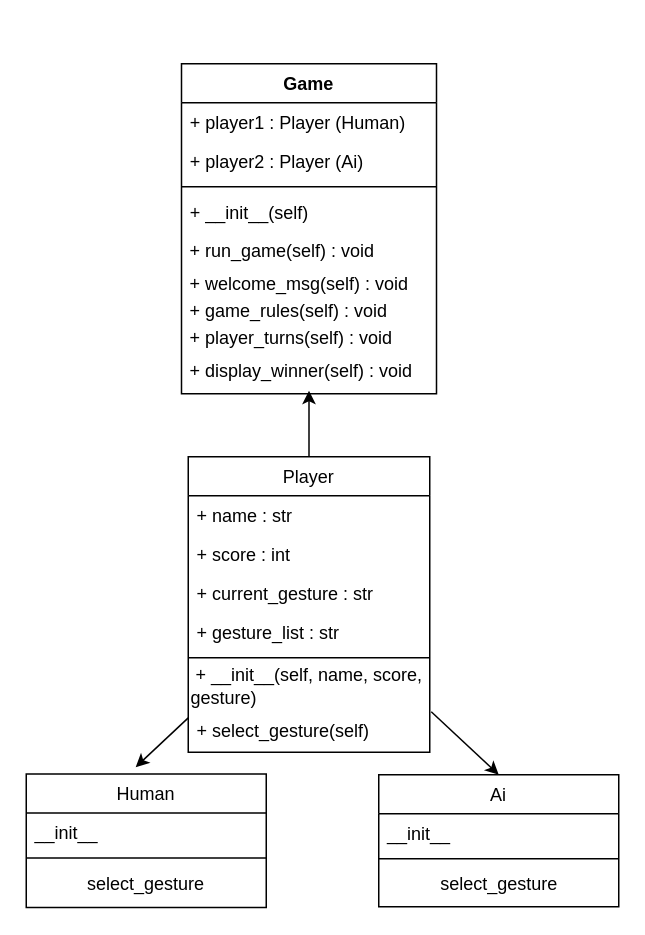
riveraxcheri/RPSLS keeps this draw.io diagram as RPSLS UML.drawio. Above is the earlier version. Source tidied: cells renumbered, new cells numbered last; positions are measured from the earlier drawing's top-left corner, leaving out a move shared by most shapes. Both pictures are drawn from the tidied source at 150%, with x=0, y=0 at pixel (26, 63).
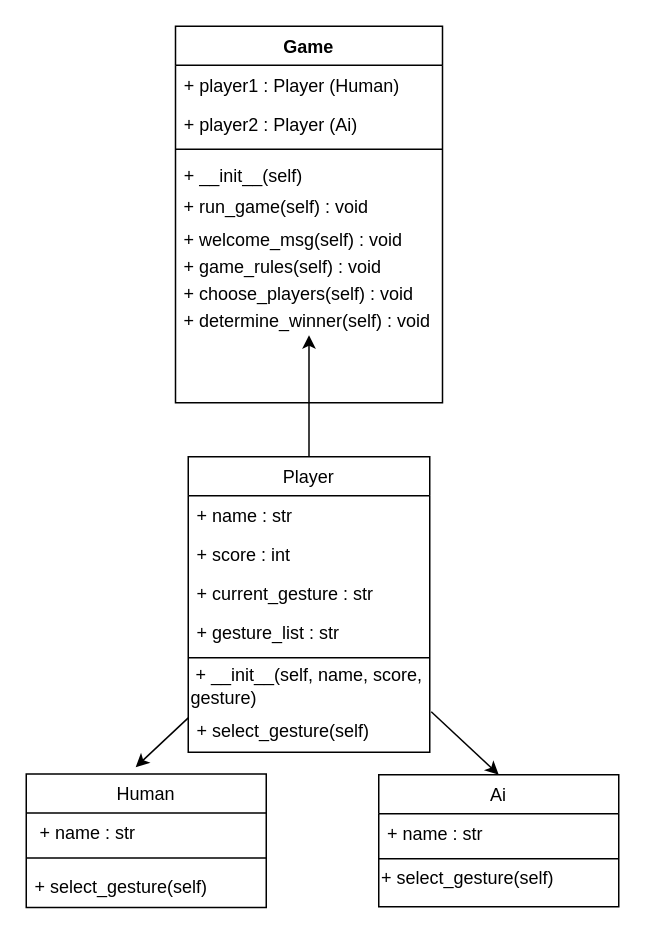
After the change.

Commit message (it also covers changes not shown here):
Add determine winner code

The change refers to these unchanged cells:
```xml
<mxCell id="12" value="Human" style="swimlane;fontStyle=0;align=center;verticalAlign=top;horizontal=1;startSize=26;rounded=0;shadow=0;strokeWidth=1;" parent="1" vertex="1">
  <mxGeometry y="473.5" width="160" height="89" as="geometry" />
</mxCell>
<mxCell id="16" value="Ai" style="swimlane;fontStyle=0;align=center;verticalAlign=top;horizontal=1;startSize=26;rounded=0;shadow=0;strokeWidth=1;" parent="1" vertex="1">
  <mxGeometry x="235" y="474" width="160" height="88" as="geometry" />
</mxCell>
```

Change to the diagram source:
```diff
@@
     <mxCell id="2" value="Game" style="swimlane;fontStyle=1;align=center;verticalAlign=top;horizontal=1;startSize=26;rounded=0;shadow=0;strokeWidth=1;" parent="1" vertex="1">
-      <mxGeometry x="103.5" width="170" height="220" as="geometry" />
+      <mxGeometry x="99.5" y="-25" width="178" height="251" as="geometry" />
     </mxCell>
     <mxCell id="3" value="+ player1 : Player (Human)" style="text;align=left;verticalAlign=top;spacingLeft=4;spacingRight=4;overflow=hidden;" parent="2" vertex="1">
-      <mxGeometry y="26" width="170" height="26" as="geometry" />
+      <mxGeometry y="26" width="178" height="26" as="geometry" />
     </mxCell>
     <mxCell id="4" value="+ player2 : Player (Ai)" style="text;align=left;verticalAlign=top;spacingLeft=4;spacingRight=4;overflow=hidden;rounded=0;shadow=0;html=0;" parent="2" vertex="1">
-      <mxGeometry y="52" width="170" height="26" as="geometry" />
+      <mxGeometry y="52" width="178" height="26" as="geometry" />
     </mxCell>
     <mxCell id="5" style="line;html=1;strokeWidth=1;align=left;verticalAlign=middle;spacingTop=-1;spacingLeft=3;spacingRight=3;labelPosition=right;" parent="2" vertex="1">
-      <mxGeometry y="78" width="170" height="8" as="geometry" />
+      <mxGeometry y="78" width="178" height="8" as="geometry" />
     </mxCell>
     <mxCell id="6" value="+ __init__(self)" style="text;align=left;verticalAlign=top;spacingLeft=4;spacingRight=4;overflow=hidden;" parent="2" vertex="1">
-      <mxGeometry y="86" width="170" height="26" as="geometry" />
+      <mxGeometry y="86" width="178" height="22" as="geometry" />
     </mxCell>
     <mxCell id="7" value="&amp;nbsp;+ run_game(self) : void" style="text;html=1;align=left;verticalAlign=middle;fillColor=none;strokeColor=none;rounded=0;" parent="2" vertex="1">
-      <mxGeometry y="112" width="170" height="26" as="geometry" />
+      <mxGeometry y="108" width="178" height="26" as="geometry" />
     </mxCell>
     <mxCell id="8" value="&amp;nbsp;+ welcome_msg(self) : void" style="text;html=1;align=left;verticalAlign=middle;fillColor=none;strokeColor=none;rounded=0;" parent="2" vertex="1">
-      <mxGeometry y="138" width="170" height="18" as="geometry" />
+      <mxGeometry y="134" width="178" height="18" as="geometry" />
     </mxCell>
     <mxCell id="9" value="&amp;nbsp;+ game_rules(self) : void" style="text;html=1;align=left;verticalAlign=middle;fillColor=none;strokeColor=none;rounded=0;" parent="2" vertex="1">
-      <mxGeometry y="156" width="170" height="18" as="geometry" />
+      <mxGeometry y="152" width="178" height="18" as="geometry" />
     </mxCell>
-    <mxCell id="10" value="&amp;nbsp;+ player_turns(self) : void" style="text;html=1;align=left;verticalAlign=middle;fillColor=none;strokeColor=none;rounded=0;" parent="2" vertex="1">
-      <mxGeometry y="174" width="170" height="18" as="geometry" />
+    <mxCell id="10" value="&amp;nbsp;+ choose_players(self) : void" style="text;html=1;align=left;verticalAlign=middle;fillColor=none;strokeColor=none;rounded=0;" parent="2" vertex="1">
+      <mxGeometry y="170" width="178" height="18" as="geometry" />
     </mxCell>
-    <mxCell id="11" value="&amp;nbsp;+ display_winner(self) : void" style="text;html=1;align=left;verticalAlign=middle;points=[];fillColor=none;strokeColor=none;rounded=0;" parent="2" vertex="1">
-      <mxGeometry y="192" width="170" height="26" as="geometry" />
+    <mxCell id="11" value="&amp;nbsp;+ determine_winner(self) : void" style="text;html=1;align=left;verticalAlign=middle;points=[];fillColor=none;strokeColor=none;rounded=0;" parent="2" vertex="1">
+      <mxGeometry y="188" width="178" height="18" as="geometry" />
     </mxCell>
@@
-    <mxCell id="13" value="__init__" style="text;align=left;verticalAlign=top;spacingLeft=4;spacingRight=4;overflow=hidden;rounded=0;shadow=0;html=0;" parent="12" vertex="1">
+    <mxCell id="13" value=" + name : str" style="text;align=left;verticalAlign=top;spacingLeft=4;spacingRight=4;overflow=hidden;rounded=0;shadow=0;html=0;" parent="12" vertex="1">
       <mxGeometry y="26" width="160" height="26" as="geometry" />
     </mxCell>
@@
-    <mxCell id="15" value="select_gesture" style="text;align=center;verticalAlign=middle;spacingLeft=4;spacingRight=4;overflow=hidden;fontStyle=0;" parent="12" vertex="1">
-      <mxGeometry y="60" width="160" height="26" as="geometry" />
-    </mxCell>
+    <mxCell id="31" value="+ select_gesture(self)" style="text;align=left;verticalAlign=middle;spacingLeft=4;spacingRight=4;overflow=hidden;" parent="12" vertex="1">
+      <mxGeometry y="60" width="160" height="29" as="geometry" />
+    </mxCell>
@@
-    <mxCell id="17" value="__init__" style="text;align=left;verticalAlign=top;spacingLeft=4;spacingRight=4;overflow=hidden;" parent="16" vertex="1">
+    <mxCell id="17" value="+ name : str" style="text;align=left;verticalAlign=top;spacingLeft=4;spacingRight=4;overflow=hidden;" parent="16" vertex="1">
       <mxGeometry y="26" width="160" height="26" as="geometry" />
     </mxCell>
@@
-    <mxCell id="19" value="&lt;span style=&quot;text-align: left;&quot;&gt;select_gesture&lt;/span&gt;" style="text;html=1;align=center;verticalAlign=middle;strokeColor=none;fillColor=none;" parent="16" vertex="1">
-      <mxGeometry y="60" width="160" height="26" as="geometry" />
+    <mxCell id="19" value="&lt;div&gt;&lt;span&gt;+ select_gesture(self)&lt;/span&gt;&lt;/div&gt;" style="text;html=1;align=left;verticalAlign=middle;strokeColor=none;fillColor=none;" parent="16" vertex="1">
+      <mxGeometry y="60" width="160" height="18" as="geometry" />
     </mxCell>
```
